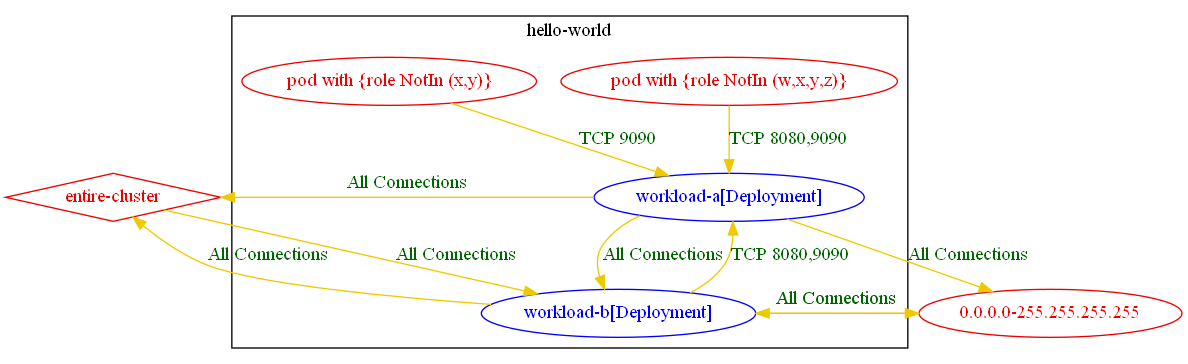
This is test_outputs/connlist/exposure_test_exposure_with_different_rules_4_connlist_output.dot.png from np-guard/netpol-analyzer, a Graphviz export, as it was before one commit. Its source is kept beside it as test_outputs/connlist/exposure_test_exposure_with_different_rules_4_connlist_output.dot. Its diagram source:
```dot
digraph {
	subgraph "cluster_hello_world" {
		color="black"
		fontcolor="black"
		"hello-world/workload-a[Deployment]" [label="workload-a[Deployment]" color="blue" fontcolor="blue"]
		"hello-world/workload-b[Deployment]" [label="workload-b[Deployment]" color="blue" fontcolor="blue"]
		"pod with {role NotIn (w,x,y,z)}_in_hello-world" [label="pod with {role NotIn (w,x,y,z)}" color="red2" fontcolor="red2"]
		"pod with {role NotIn (x,y)}_in_hello-world" [label="pod with {role NotIn (x,y)}" color="red2" fontcolor="red2"]
		label="hello-world"
	}
	"0.0.0.0-255.255.255.255" [label="0.0.0.0-255.255.255.255" color="red2" fontcolor="red2"]
	"entire-cluster" [label="entire-cluster" color="red2" fontcolor="red2" shape=diamond]
	"0.0.0.0-255.255.255.255" -> "hello-world/workload-b[Deployment]" [label="All Connections" color="gold2" fontcolor="darkgreen"]
	"entire-cluster" -> "hello-world/workload-b[Deployment]" [label="All Connections" color="gold2" fontcolor="darkgreen" weight=1]
	"hello-world/workload-a[Deployment]" -> "0.0.0.0-255.255.255.255" [label="All Connections" color="gold2" fontcolor="darkgreen"]
	"hello-world/workload-a[Deployment]" -> "entire-cluster" [label="All Connections" color="gold2" fontcolor="darkgreen" weight=0.5]
	"hello-world/workload-a[Deployment]" -> "hello-world/workload-b[Deployment]" [label="All Connections" color="gold2" fontcolor="darkgreen"]
	"hello-world/workload-b[Deployment]" -> "0.0.0.0-255.255.255.255" [label="All Connections" color="gold2" fontcolor="darkgreen"]
	"hello-world/workload-b[Deployment]" -> "entire-cluster" [label="All Connections" color="gold2" fontcolor="darkgreen" weight=0.5]
	"hello-world/workload-b[Deployment]" -> "hello-world/workload-a[Deployment]" [label="TCP 8080,9090" color="gold2" fontcolor="darkgreen"]
	"pod with {role NotIn (w,x,y,z)}_in_hello-world" -> "hello-world/workload-a[Deployment]" [label="TCP 8080,9090" color="gold2" fontcolor="darkgreen" weight=1]
	"pod with {role NotIn (x,y)}_in_hello-world" -> "hello-world/workload-a[Deployment]" [label="TCP 9090" color="gold2" fontcolor="darkgreen" weight=1]
}
```
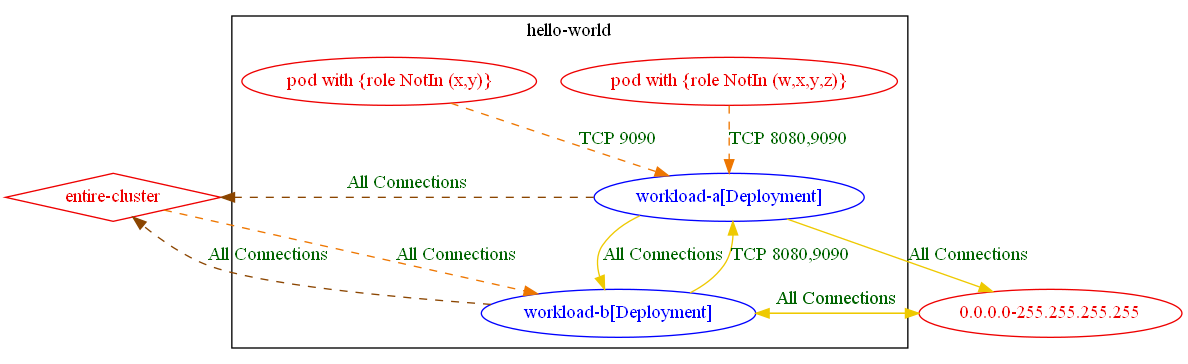
Above is the later version.

Diff of the diagram source:
```diff
@@ -11,13 +11,13 @@
 	"0.0.0.0-255.255.255.255" [label="0.0.0.0-255.255.255.255" color="red2" fontcolor="red2"]
 	"entire-cluster" [label="entire-cluster" color="red2" fontcolor="red2" shape=diamond]
 	"0.0.0.0-255.255.255.255" -> "hello-world/workload-b[Deployment]" [label="All Connections" color="gold2" fontcolor="darkgreen"]
-	"entire-cluster" -> "hello-world/workload-b[Deployment]" [label="All Connections" color="gold2" fontcolor="darkgreen" weight=1]
+	"entire-cluster" -> "hello-world/workload-b[Deployment]" [label="All Connections" color="darkorange2" fontcolor="darkgreen" weight=1 style=dashed]
 	"hello-world/workload-a[Deployment]" -> "0.0.0.0-255.255.255.255" [label="All Connections" color="gold2" fontcolor="darkgreen"]
-	"hello-world/workload-a[Deployment]" -> "entire-cluster" [label="All Connections" color="gold2" fontcolor="darkgreen" weight=0.5]
+	"hello-world/workload-a[Deployment]" -> "entire-cluster" [label="All Connections" color="darkorange4" fontcolor="darkgreen" weight=0.5 style=dashed]
 	"hello-world/workload-a[Deployment]" -> "hello-world/workload-b[Deployment]" [label="All Connections" color="gold2" fontcolor="darkgreen"]
 	"hello-world/workload-b[Deployment]" -> "0.0.0.0-255.255.255.255" [label="All Connections" color="gold2" fontcolor="darkgreen"]
-	"hello-world/workload-b[Deployment]" -> "entire-cluster" [label="All Connections" color="gold2" fontcolor="darkgreen" weight=0.5]
+	"hello-world/workload-b[Deployment]" -> "entire-cluster" [label="All Connections" color="darkorange4" fontcolor="darkgreen" weight=0.5 style=dashed]
 	"hello-world/workload-b[Deployment]" -> "hello-world/workload-a[Deployment]" [label="TCP 8080,9090" color="gold2" fontcolor="darkgreen"]
-	"pod with {role NotIn (w,x,y,z)}_in_hello-world" -> "hello-world/workload-a[Deployment]" [label="TCP 8080,9090" color="gold2" fontcolor="darkgreen" weight=1]
-	"pod with {role NotIn (x,y)}_in_hello-world" -> "hello-world/workload-a[Deployment]" [label="TCP 9090" color="gold2" fontcolor="darkgreen" weight=1]
+	"pod with {role NotIn (w,x,y,z)}_in_hello-world" -> "hello-world/workload-a[Deployment]" [label="TCP 8080,9090" color="darkorange2" fontcolor="darkgreen" weight=1 style=dashed]
+	"pod with {role NotIn (x,y)}_in_hello-world" -> "hello-world/workload-a[Deployment]" [label="TCP 9090" color="darkorange2" fontcolor="darkgreen" weight=1 style=dashed]
 }
```
